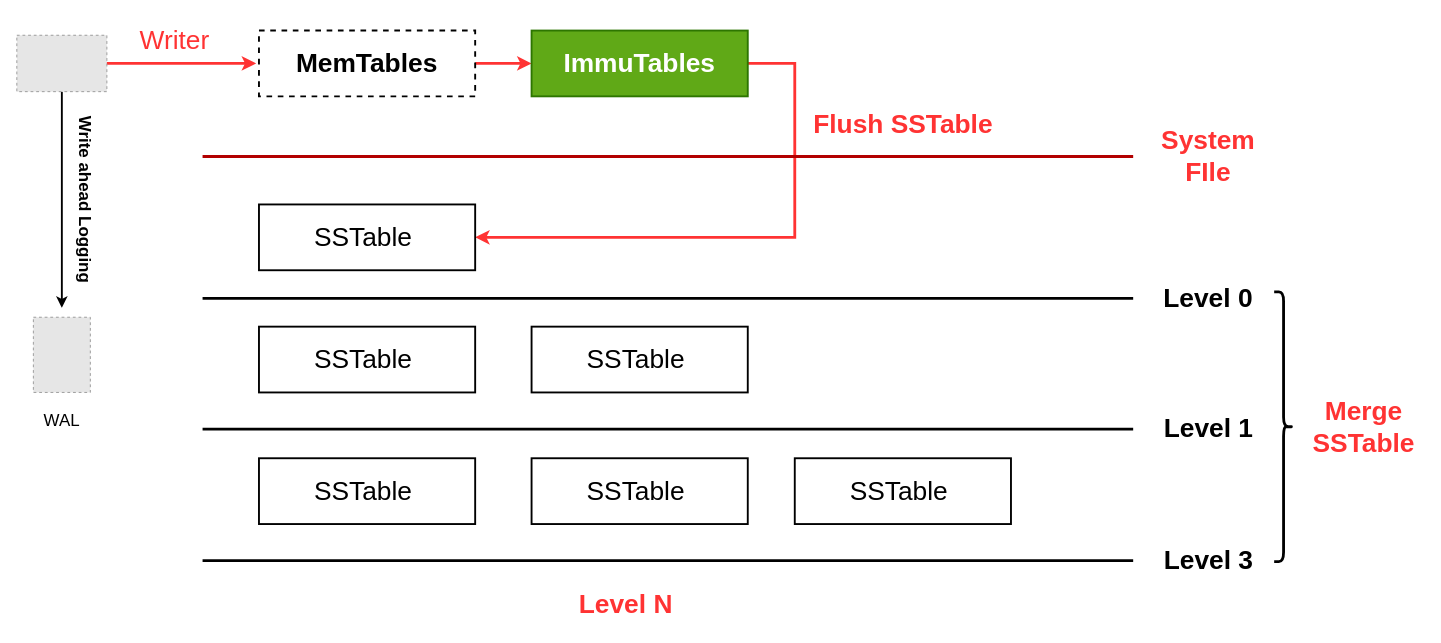
Above: lsm-tree-new.drawio in auula/draw.io (draw.io), before the change. Source tidied: cells renumbered, new cells numbered last; positions are measured from the earlier drawing's top-left corner, leaving out a move shared by most shapes. Both pictures are drawn from the tidied source at 94%, with x=0, y=0 at pixel (-5, 16). Pictures stored in the file or linked from it are replaced by grey dashed boxes.
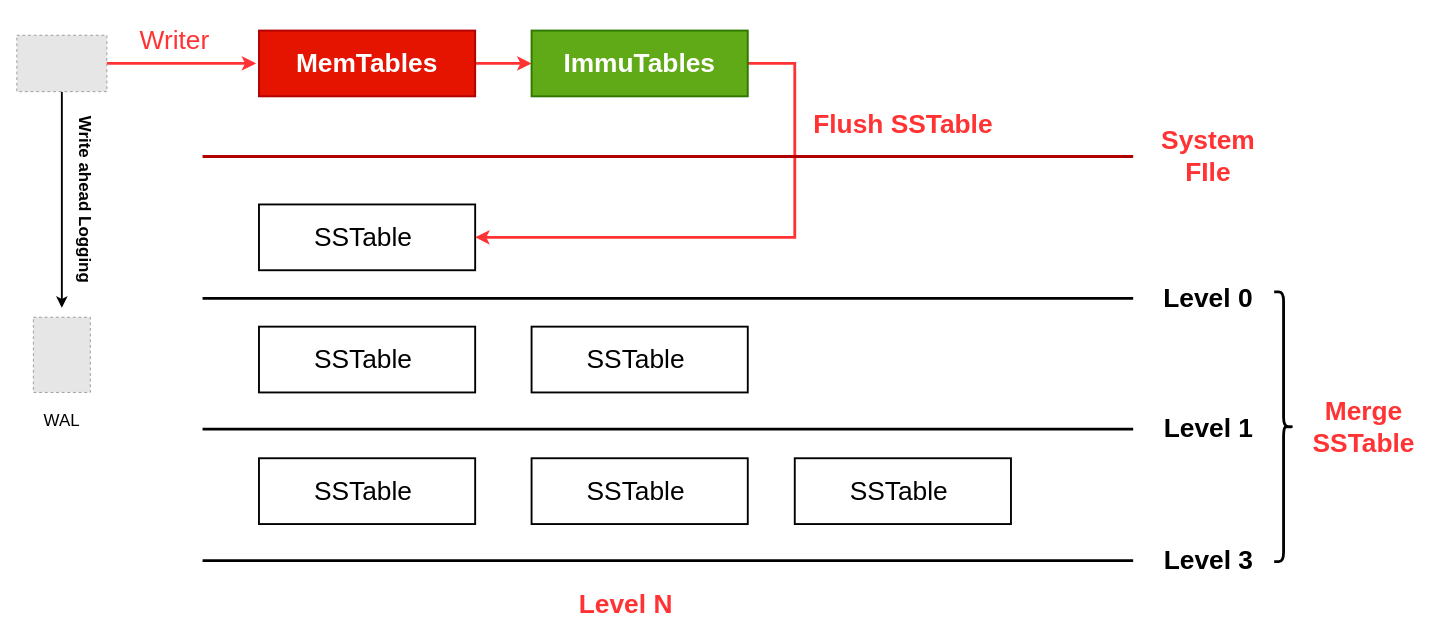
The same diagram, later.

What changed in the source:
```diff
@@
-    <mxCell id="9" value="&lt;b&gt;&lt;font style=&quot;font-size: 28px;&quot;&gt;MemTables&lt;/font&gt;&lt;/b&gt;" style="rounded=0;whiteSpace=wrap;html=1;fontSize=18;strokeWidth=2;dashed=1;" parent="1" vertex="1">
+    <mxCell id="9" value="&lt;b&gt;&lt;font style=&quot;font-size: 28px;&quot;&gt;MemTables&lt;/font&gt;&lt;/b&gt;" style="rounded=0;whiteSpace=wrap;html=1;fontSize=18;strokeWidth=2;fillColor=#e51400;fontColor=#ffffff;strokeColor=#B20000;" parent="1" vertex="1">
       <mxGeometry x="280" y="15" width="230" height="70" as="geometry" />
     </mxCell>
```
